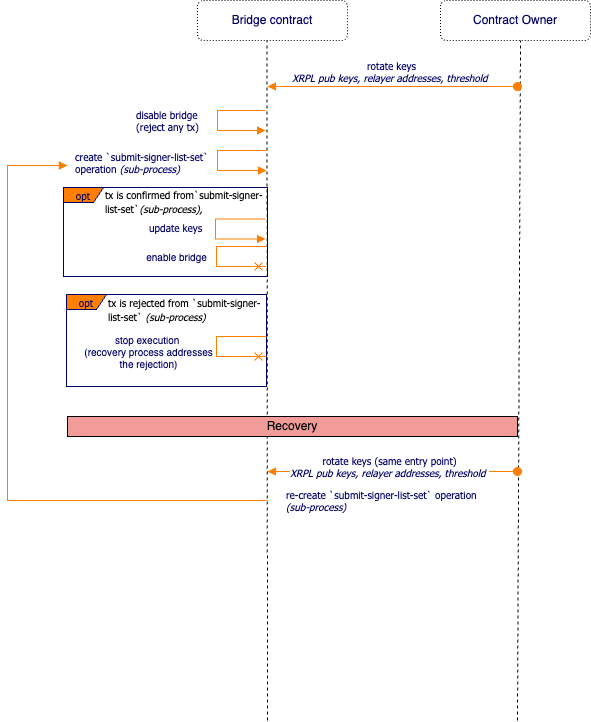
The draw.io diagram spec/img/rotate-keys.png in CoreumFoundation/coreumbridge-xrpl, before a commit. Source tidied: cells renumbered, new cells last; positions are measured from the earlier drawing's top-left corner, leaving out a move shared by most shapes.
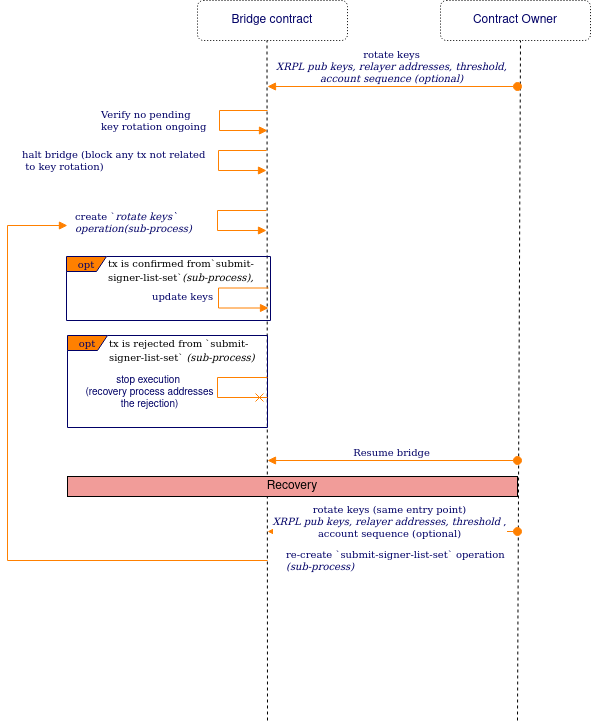
The same diagram one commit later.

Commit message:
update spec with latest bridge stage

Change to the diagram source:
```diff
@@ -23,58 +23,58 @@
     <mxCell id="6" value="Contract Owner" style="rounded=1;whiteSpace=wrap;html=1;fillColor=none;dashed=1;fontColor=#000066;dashPattern=1 2;" parent="1" vertex="1">
       <mxGeometry x="433" width="150" height="40" as="geometry" />
     </mxCell>
-    <mxCell id="7" value="rotate keys &lt;br&gt;&lt;i&gt;XRPL pub keys, relayer addresses, threshold&lt;/i&gt;&amp;nbsp;" style="html=1;verticalAlign=bottom;startArrow=oval;startFill=1;endArrow=block;startSize=8;strokeColor=#FF8000;fontFamily=Tahoma;fontSize=10;fontColor=#000066;" parent="1" edge="1">
+    <mxCell id="7" value="rotate keys &lt;br&gt;&lt;i&gt;XRPL pub keys, relayer addresses, threshold,&lt;br&gt;account sequence (optional)&lt;/i&gt;" style="html=1;verticalAlign=bottom;startArrow=oval;startFill=1;endArrow=block;startSize=8;strokeColor=#FF8000;fontFamily=Tahoma;fontSize=10;fontColor=#000066;" parent="1" edge="1">
       <mxGeometry x="0.01" relative="1" as="geometry">
         <mxPoint x="510" y="86" as="sourcePoint" />
         <mxPoint x="260" y="86" as="targetPoint" />
       </mxGeometry>
     </mxCell>
-    <mxCell id="8" value="&lt;span style=&quot;border-color: var(--border-color); text-align: center;&quot;&gt;disable bridge&lt;br&gt;(reject any tx)&lt;br&gt;&lt;/span&gt;" style="edgeStyle=orthogonalEdgeStyle;html=1;align=left;spacingLeft=2;endArrow=block;rounded=0;strokeColor=#FF8000;fontFamily=Tahoma;fontSize=10;fontColor=#000066;endFill=1;" parent="1" edge="1">
-      <mxGeometry x="-0.01" y="-85" relative="1" as="geometry">
-        <mxPoint x="258" y="110" as="sourcePoint" />
-        <mxPoint x="258" y="130" as="targetPoint" />
+    <mxCell id="8" value="halt bridge (block any tx not related&lt;br&gt;&amp;nbsp;to key rotation)" style="edgeStyle=orthogonalEdgeStyle;html=1;align=left;spacingLeft=2;endArrow=block;rounded=0;strokeColor=#FF8000;fontFamily=Tahoma;fontSize=10;fontColor=#000066;endFill=1;" parent="1" edge="1">
+      <mxGeometry y="-200" relative="1" as="geometry">
+        <mxPoint x="259" y="150" as="sourcePoint" />
+        <mxPoint x="259" y="170" as="targetPoint" />
         <Array as="points">
-          <mxPoint x="210" y="110" />
-          <mxPoint x="210" y="130" />
+          <mxPoint x="211" y="150" />
+          <mxPoint x="211" y="170" />
         </Array>
       </mxGeometry>
     </mxCell>
-    <mxCell id="9" value="&lt;span style=&quot;border-color: var(--border-color); text-align: center;&quot;&gt;create `submit-signer-list-set`&lt;br style=&quot;border-color: var(--border-color); text-align: left;&quot;&gt;&lt;span style=&quot;text-align: left;&quot;&gt;operation&amp;nbsp;&lt;/span&gt;&lt;i style=&quot;border-color: var(--border-color); text-align: left;&quot;&gt;(sub-process)&lt;/i&gt;&lt;br&gt;&lt;/span&gt;" style="edgeStyle=orthogonalEdgeStyle;html=1;align=left;spacingLeft=2;endArrow=block;rounded=0;strokeColor=#FF8000;fontFamily=Tahoma;fontSize=10;fontColor=#000066;endFill=1;" parent="1" edge="1">
+    <mxCell id="9" value="&lt;span style=&quot;border-color: var(--border-color); text-align: center;&quot;&gt;create `&lt;i&gt;rotate keys`&lt;br&gt; operation&lt;/i&gt;&lt;i style=&quot;border-color: var(--border-color); text-align: left;&quot;&gt;(sub-process)&lt;/i&gt;&lt;br&gt;&lt;/span&gt;" style="edgeStyle=orthogonalEdgeStyle;html=1;align=left;spacingLeft=2;endArrow=block;rounded=0;strokeColor=#FF8000;fontFamily=Tahoma;fontSize=10;fontColor=#000066;endFill=1;" parent="1" edge="1">
       <mxGeometry x="0.03" y="-146" relative="1" as="geometry">
-        <mxPoint x="259" y="150" as="sourcePoint" />
-        <mxPoint x="259" y="170" as="targetPoint" />
+        <mxPoint x="259" y="210" as="sourcePoint" />
+        <mxPoint x="259" y="230" as="targetPoint" />
         <Array as="points">
-          <mxPoint x="210" y="150" />
-          <mxPoint x="210" y="170" />
+          <mxPoint x="210" y="210" />
+          <mxPoint x="210" y="230" />
         </Array>
       </mxGeometry>
     </mxCell>
     <mxCell id="10" value="opt" style="shape=umlFrame;whiteSpace=wrap;html=1;strokeColor=#000066;fillColor=#FF8000;fontFamily=Tahoma;fontSize=10;fontColor=#000066;align=center;width=40;height=15;" parent="1" vertex="1">
-      <mxGeometry x="56" y="187" width="204" height="89" as="geometry" />
+      <mxGeometry x="59" y="256" width="204" height="64" as="geometry" />
     </mxCell>
     <mxCell id="11" value="&lt;span style=&quot;font-family: Tahoma; font-size: 10px; font-style: normal; font-variant-ligatures: normal; font-variant-caps: normal; font-weight: 400; letter-spacing: normal; orphans: 2; text-align: left; text-indent: 0px; text-transform: none; widows: 2; word-spacing: 0px; -webkit-text-stroke-width: 0px; background-color: rgb(255, 255, 255); text-decoration-thickness: initial; text-decoration-style: initial; text-decoration-color: initial; float: none; display: inline !important;&quot;&gt;tx is confirmed from&lt;/span&gt;&lt;span style=&quot;font-family: Tahoma; font-size: 10px; font-style: normal; font-variant-ligatures: normal; font-variant-caps: normal; font-weight: 400; letter-spacing: normal; orphans: 2; text-align: left; text-indent: 0px; text-transform: none; widows: 2; word-spacing: 0px; -webkit-text-stroke-width: 0px; background-color: rgb(255, 255, 255); text-decoration-thickness: initial; text-decoration-style: initial; text-decoration-color: initial; float: none; display: inline !important;&quot;&gt;`submit-signer-list-set`&lt;/span&gt;&lt;span style=&quot;border-color: var(--border-color); font-family: Tahoma; font-size: 10px; font-style: normal; font-variant-ligatures: normal; font-variant-caps: normal; font-weight: 400; letter-spacing: normal; orphans: 2; text-align: left; text-indent: 0px; text-transform: none; widows: 2; word-spacing: 0px; -webkit-text-stroke-width: 0px; text-decoration-thickness: initial; text-decoration-style: initial; text-decoration-color: initial;&quot;&gt;&lt;i style=&quot;border-color: var(--border-color);&quot;&gt;(sub-process),&amp;nbsp;&lt;/i&gt;&lt;/span&gt;" style="text;whiteSpace=wrap;html=1;fontColor=#000000;" parent="1" vertex="1">
-      <mxGeometry x="96" y="181" width="175" height="36" as="geometry" />
+      <mxGeometry x="99" y="250" width="175" height="36" as="geometry" />
     </mxCell>
     <mxCell id="12" value="opt" style="shape=umlFrame;whiteSpace=wrap;html=1;strokeColor=#000066;fillColor=#FF8000;fontFamily=Tahoma;fontSize=10;fontColor=#000066;align=center;width=40;height=15;" parent="1" vertex="1">
-      <mxGeometry x="59" y="294" width="200" height="92" as="geometry" />
+      <mxGeometry x="60" y="335" width="200" height="92" as="geometry" />
     </mxCell>
     <mxCell id="13" value="&lt;span style=&quot;border-color: var(--border-color);&quot;&gt;update keys&lt;br&gt;&lt;/span&gt;" style="edgeStyle=orthogonalEdgeStyle;html=1;align=left;spacingLeft=2;endArrow=block;rounded=0;strokeColor=#FF8000;fontFamily=Tahoma;fontSize=10;fontColor=#000066;endFill=1;" parent="1" edge="1">
       <mxGeometry x="-0.03" y="-70" relative="1" as="geometry">
-        <mxPoint x="258" y="218.5" as="sourcePoint" />
-        <mxPoint x="258" y="238.5" as="targetPoint" />
+        <mxPoint x="261" y="287.5" as="sourcePoint" />
+        <mxPoint x="261" y="307.5" as="targetPoint" />
         <Array as="points">
-          <mxPoint x="208" y="218.5" />
-          <mxPoint x="208" y="238.5" />
+          <mxPoint x="211" y="287.5" />
+          <mxPoint x="211" y="307.5" />
         </Array>
       </mxGeometry>
     </mxCell>
     <mxCell id="14" value="&lt;div style=&quot;border-color: var(--border-color); font-family: Helvetica; text-align: center;&quot;&gt;&lt;/div&gt;" style="edgeStyle=orthogonalEdgeStyle;html=1;align=left;spacingLeft=2;endArrow=cross;rounded=0;strokeColor=#FF8000;fontFamily=Tahoma;fontSize=10;fontColor=#000066;endFill=0;" parent="1" edge="1">
       <mxGeometry x="-0.17" y="-130" relative="1" as="geometry">
-        <mxPoint x="259" y="336" as="sourcePoint" />
-        <mxPoint x="259" y="356" as="targetPoint" />
+        <mxPoint x="260" y="377" as="sourcePoint" />
+        <mxPoint x="260" y="397" as="targetPoint" />
         <Array as="points">
-          <mxPoint x="209" y="336" />
-          <mxPoint x="209" y="356" />
+          <mxPoint x="210" y="377" />
+          <mxPoint x="210" y="397" />
         </Array>
       </mxGeometry>
     </mxCell>
@@ -84,43 +84,44 @@
       </mxGeometry>
     </mxCell>
     <mxCell id="16" value="&lt;span style=&quot;font-family: Tahoma; font-size: 10px; font-style: normal; font-variant-ligatures: normal; font-variant-caps: normal; font-weight: 400; letter-spacing: normal; orphans: 2; text-align: left; text-indent: 0px; text-transform: none; widows: 2; word-spacing: 0px; -webkit-text-stroke-width: 0px; background-color: rgb(255, 255, 255); text-decoration-thickness: initial; text-decoration-style: initial; text-decoration-color: initial; float: none; display: inline !important;&quot;&gt;tx is rejected from&amp;nbsp;&lt;/span&gt;&lt;span style=&quot;font-family: Tahoma; font-size: 10px; font-style: normal; font-variant-ligatures: normal; font-variant-caps: normal; font-weight: 400; letter-spacing: normal; orphans: 2; text-align: left; text-indent: 0px; text-transform: none; widows: 2; word-spacing: 0px; -webkit-text-stroke-width: 0px; background-color: rgb(255, 255, 255); text-decoration-thickness: initial; text-decoration-style: initial; text-decoration-color: initial; float: none; display: inline !important;&quot;&gt;`submit-signer-list-set`&amp;nbsp;&lt;/span&gt;&lt;span style=&quot;border-color: var(--border-color); font-family: Tahoma; font-size: 10px; font-style: normal; font-variant-ligatures: normal; font-variant-caps: normal; font-weight: 400; letter-spacing: normal; orphans: 2; text-align: left; text-indent: 0px; text-transform: none; widows: 2; word-spacing: 0px; -webkit-text-stroke-width: 0px; text-decoration-thickness: initial; text-decoration-style: initial; text-decoration-color: initial;&quot;&gt;&lt;i style=&quot;border-color: var(--border-color);&quot;&gt;(sub-process)&lt;/i&gt;&lt;/span&gt;" style="text;whiteSpace=wrap;html=1;fontColor=#000000;" parent="1" vertex="1">
-      <mxGeometry x="99" y="289" width="160" height="38" as="geometry" />
+      <mxGeometry x="100" y="330" width="160" height="38" as="geometry" />
     </mxCell>
-    <mxCell id="17" value="&lt;div style=&quot;border-color: var(--border-color); font-family: Helvetica; text-align: center;&quot;&gt;&lt;/div&gt;" style="edgeStyle=orthogonalEdgeStyle;html=1;align=left;spacingLeft=2;endArrow=cross;rounded=0;strokeColor=#FF8000;fontFamily=Tahoma;fontSize=10;fontColor=#000066;endFill=0;" parent="1" edge="1">
-      <mxGeometry x="-0.17" y="-130" relative="1" as="geometry">
-        <mxPoint x="259" y="246" as="sourcePoint" />
-        <mxPoint x="259" y="266" as="targetPoint" />
-        <Array as="points">
-          <mxPoint x="209" y="246" />
-          <mxPoint x="209" y="266" />
-        </Array>
-      </mxGeometry>
-    </mxCell>
-    <mxCell id="18" value="&lt;div style=&quot;font-size: 10px;&quot;&gt;enable bridge&lt;br&gt;&lt;/div&gt;" style="edgeLabel;html=1;align=center;verticalAlign=middle;fontSize=10;fontColor=#000066;" parent="17" vertex="1">
-      <mxGeometry x="-0.06" y="-4" relative="1" as="geometry">
-        <mxPoint x="-37" y="2" as="offset" />
-      </mxGeometry>
-    </mxCell>
     <mxCell id="19" value="Recovery" style="rounded=0;whiteSpace=wrap;html=1;fillColor=#F19C99;" parent="1" vertex="1">
-      <mxGeometry x="60" y="416" width="450" height="20" as="geometry" />
+      <mxGeometry x="60" y="476" width="450" height="20" as="geometry" />
     </mxCell>
-    <mxCell id="20" value="rotate keys (same entry point)&lt;br style=&quot;border-color: var(--border-color);&quot;&gt;&lt;i&gt;XRPL pub keys, relayer addresses, threshold&lt;/i&gt;&amp;nbsp;" style="html=1;verticalAlign=bottom;startArrow=oval;startFill=1;endArrow=block;startSize=8;strokeColor=#FF8000;fontFamily=Tahoma;fontSize=10;fontColor=#000066;" parent="1" edge="1">
+    <mxCell id="20" value="rotate keys (same entry point)&lt;br style=&quot;border-color: var(--border-color);&quot;&gt;&lt;i&gt;XRPL pub keys, relayer addresses, threshold&lt;/i&gt;&amp;nbsp;, &lt;br&gt;account sequence (optional)" style="html=1;verticalAlign=bottom;startArrow=oval;startFill=1;endArrow=block;startSize=8;strokeColor=#FF8000;fontFamily=Tahoma;fontSize=10;fontColor=#000066;" parent="1" edge="1">
       <mxGeometry x="0.02" y="10" relative="1" as="geometry">
-        <mxPoint x="510" y="471" as="sourcePoint" />
-        <mxPoint x="260" y="471" as="targetPoint" />
+        <mxPoint x="510" y="531" as="sourcePoint" />
+        <mxPoint x="260" y="531" as="targetPoint" />
       </mxGeometry>
     </mxCell>
     <mxCell id="21" value="&lt;span style=&quot;border-color: var(--border-color); text-align: center;&quot;&gt;re-create `submit-signer-list-set`&amp;nbsp;&lt;span style=&quot;text-align: left;&quot;&gt;operation&lt;br&gt;&lt;/span&gt;&lt;i style=&quot;border-color: var(--border-color); text-align: left;&quot;&gt;(sub-process)&lt;/i&gt;&lt;br&gt;&lt;/span&gt;" style="edgeStyle=orthogonalEdgeStyle;html=1;align=left;spacingLeft=2;endArrow=block;rounded=0;strokeColor=#FF8000;fontFamily=Tahoma;fontSize=10;fontColor=#000066;endFill=1;" parent="1" edge="1">
       <mxGeometry x="-0.99" y="-20" relative="1" as="geometry">
-        <mxPoint x="260" y="500" as="sourcePoint" />
-        <mxPoint x="60" y="165" as="targetPoint" />
+        <mxPoint x="260" y="560" as="sourcePoint" />
+        <mxPoint x="60" y="225" as="targetPoint" />
         <Array as="points">
-          <mxPoint x="260" y="500" />
-          <mxPoint y="500" />
-          <mxPoint y="165" />
+          <mxPoint x="260" y="560" />
+          <mxPoint y="560" />
+          <mxPoint y="225" />
         </Array>
         <mxPoint x="20" y="20" as="offset" />
       </mxGeometry>
     </mxCell>
+    <mxCell id="22" value="&lt;div&gt;Verify no pending&amp;nbsp;&lt;/div&gt;&lt;div&gt;key rotation ongoing&lt;/div&gt;" style="edgeStyle=orthogonalEdgeStyle;html=1;align=left;spacingLeft=2;endArrow=block;rounded=0;strokeColor=#FF8000;fontFamily=Tahoma;fontSize=10;fontColor=#000066;endFill=1;" parent="1" edge="1">
+      <mxGeometry y="-122" relative="1" as="geometry">
+        <mxPoint x="260" y="110" as="sourcePoint" />
+        <mxPoint x="260" y="130" as="targetPoint" />
+        <Array as="points">
+          <mxPoint x="212" y="110" />
+          <mxPoint x="212" y="130" />
+        </Array>
+      </mxGeometry>
+    </mxCell>
+    <mxCell id="23" value="Resume bridge" style="html=1;verticalAlign=bottom;startArrow=oval;startFill=1;endArrow=block;startSize=8;strokeColor=#FF8000;fontFamily=Tahoma;fontSize=10;fontColor=#000066;" parent="1" edge="1">
+      <mxGeometry x="0.01" relative="1" as="geometry">
+        <mxPoint x="510" y="460" as="sourcePoint" />
+        <mxPoint x="260" y="460" as="targetPoint" />
+      </mxGeometry>
+    </mxCell>
   </root>
 </mxGraphModel>
```
